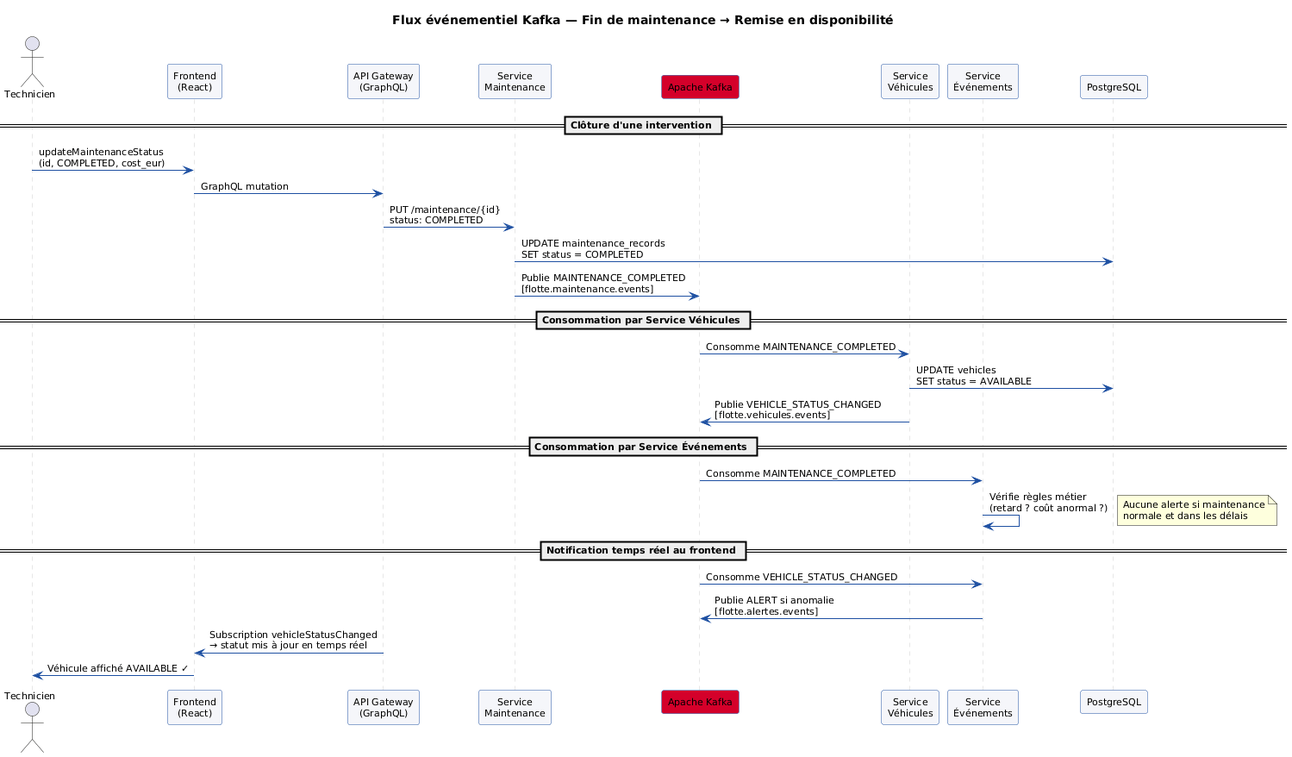
Before: ADR/flux/flux_kafka.png, a diagram exported from PlantUML (M1-ROUEN-GIL/archi-dist-flotte-vehicules).
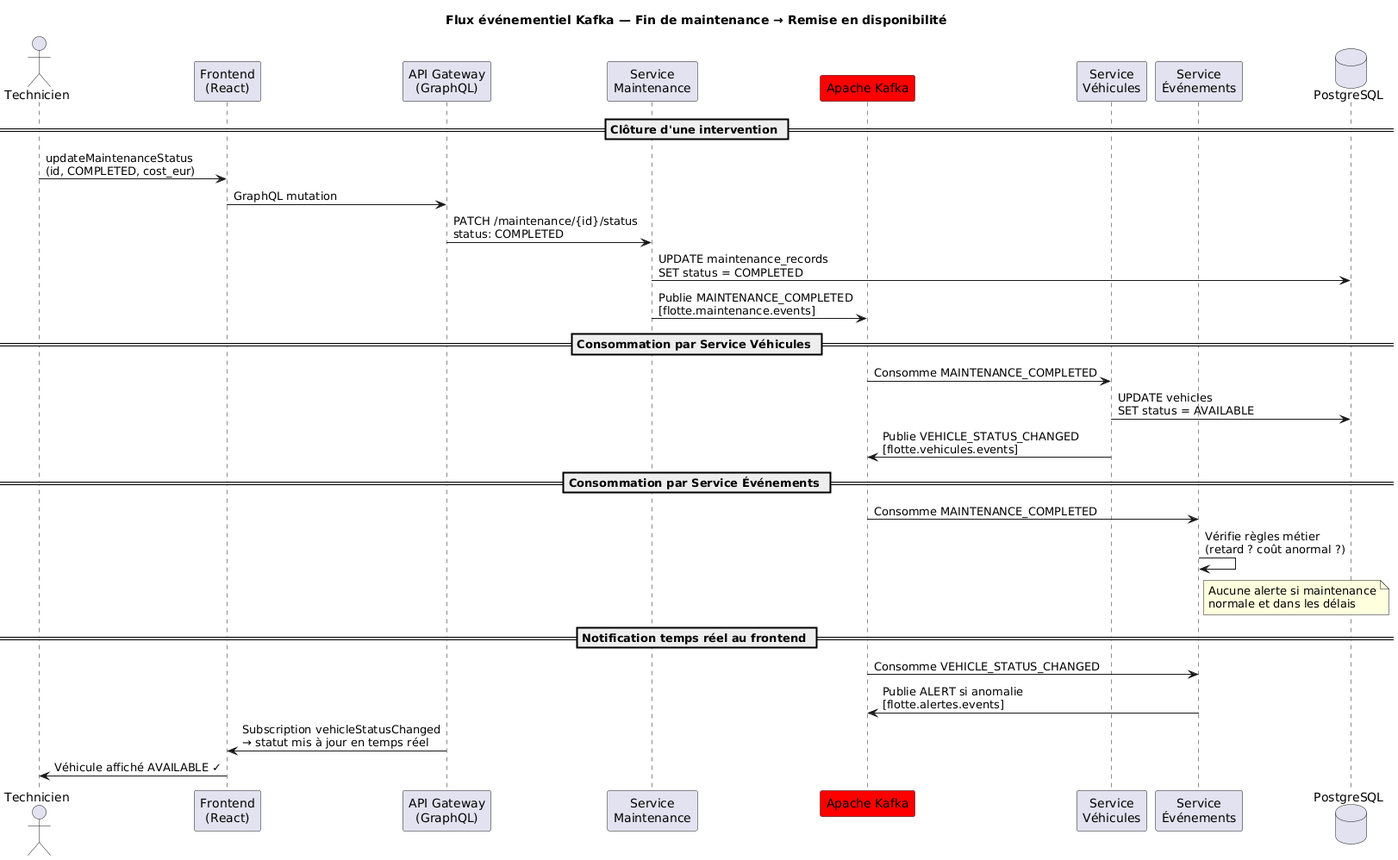
Above is the later version.

The edit, as a diff of the source:
```diff
@@ -1,42 +1,40 @@
 @startuml
 title Flux événementiel Kafka — Fin de maintenance → Remise en disponibilité
 
-skinparam sequenceArrowColor #1E50A2
-skinparam sequenceParticipantBackgroundColor #F5F6FA
-skinparam sequenceParticipantBorderColor #1E50A2
-skinparam sequenceLifeLineBorderColor #CCCCCC
-skinparam shadowing false
-skinparam defaultFontSize 11
+actor Technicien
 
-actor "Technicien" as Tech
-participant "Frontend\n(React)" as Frontend
-participant "API Gateway\n(GraphQL)" as Gateway
-participant "Service\nMaintenance" as SvcMaintenance
-participant "Apache Kafka" as Kafka #D4002A
-participant "Service\nVéhicules" as SvcVehicules
-participant "Service\nÉvénements" as SvcEvenements
-participant "PostgreSQL" as PG
+participant "Frontend\n(React)" as FE
+participant "API Gateway\n(GraphQL)" as GW
+participant "Service\nMaintenance" as SM
+participant "Apache Kafka" as K #red
+participant "Service\nVéhicules" as SV
+participant "Service\nÉvénements" as SE
+database "PostgreSQL" as DB
 
 == Clôture d'une intervention ==
-Tech -> Frontend : updateMaintenanceStatus\n(id, COMPLETED, cost_eur)
-Frontend -> Gateway : GraphQL mutation
-Gateway -> SvcMaintenance : PUT /maintenance/{id}\nstatus: COMPLETED
-SvcMaintenance -> PG : UPDATE maintenance_records\nSET status = COMPLETED
-SvcMaintenance -> Kafka : Publie MAINTENANCE_COMPLETED\n[flotte.maintenance.events]
+
+Technicien -> FE : updateMaintenanceStatus\n(id, COMPLETED, cost_eur)
+FE -> GW : GraphQL mutation
+GW -> SM : PATCH /maintenance/{id}/status\nstatus: COMPLETED
+SM -> DB : UPDATE maintenance_records\nSET status = COMPLETED
+SM -> K : Publie MAINTENANCE_COMPLETED\n[flotte.maintenance.events]
 
 == Consommation par Service Véhicules ==
-Kafka -> SvcVehicules : Consomme MAINTENANCE_COMPLETED
-SvcVehicules -> PG : UPDATE vehicles\nSET status = AVAILABLE
-SvcVehicules -> Kafka : Publie VEHICLE_STATUS_CHANGED\n[flotte.vehicules.events]
+
+K -> SV : Consomme MAINTENANCE_COMPLETED
+SV -> DB : UPDATE vehicles\nSET status = AVAILABLE
+SV -> K : Publie VEHICLE_STATUS_CHANGED\n[flotte.vehicules.events]
 
 == Consommation par Service Événements ==
-Kafka -> SvcEvenements : Consomme MAINTENANCE_COMPLETED
-SvcEvenements -> SvcEvenements : Vérifie règles métier\n(retard ? coût anormal ?)
-note right : Aucune alerte si maintenance\nnormale et dans les délais
+
+K -> SE : Consomme MAINTENANCE_COMPLETED
+SE -> SE : Vérifie règles métier\n(retard ? coût anormal ?)
+note right of SE : Aucune alerte si maintenance\nnormale et dans les délais
 
 == Notification temps réel au frontend ==
-Kafka -> SvcEvenements : Consomme VEHICLE_STATUS_CHANGED
-SvcEvenements -> Kafka : Publie ALERT si anomalie\n[flotte.alertes.events]
-Gateway -> Frontend : Subscription vehicleStatusChanged\n→ statut mis à jour en temps réel
-Frontend -> Tech : Véhicule affiché AVAILABLE ✓
+
+K -> SE : Consomme VEHICLE_STATUS_CHANGED
+SE -> K : Publie ALERT si anomalie\n[flotte.alertes.events]
+GW -> FE : Subscription vehicleStatusChanged\n→ statut mis à jour en temps réel
+FE -> Technicien : Véhicule affiché AVAILABLE ✓
 @enduml
```
